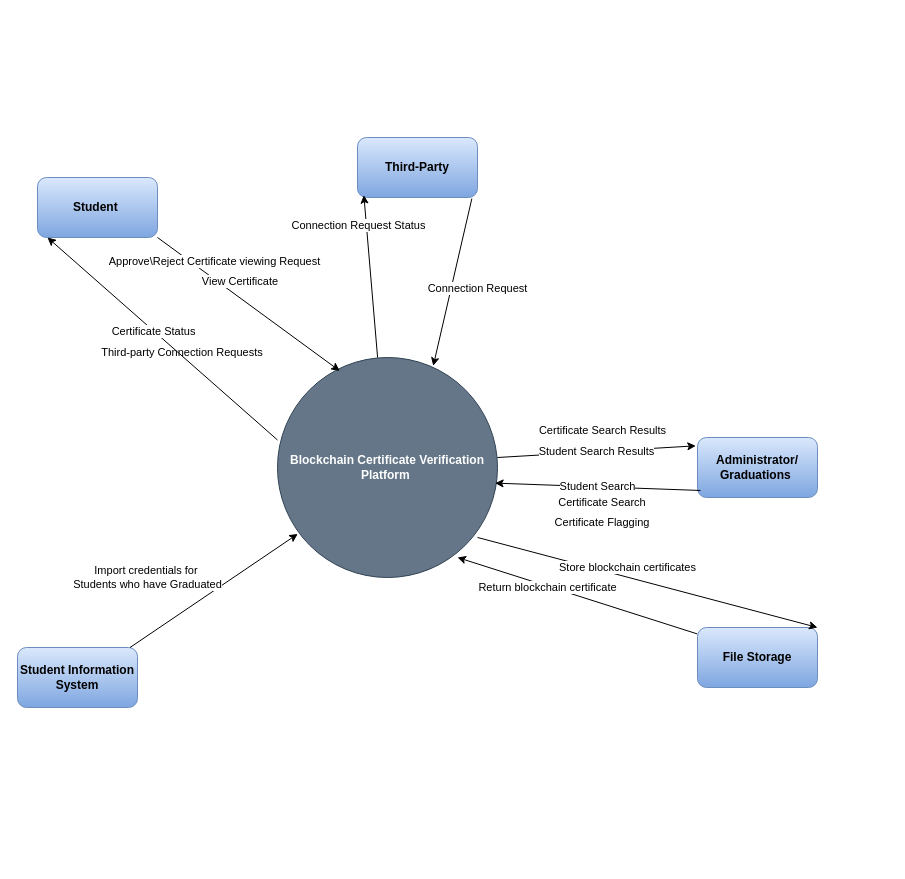
Above: BlockChainContext.drawio in SifisoMzansi/architecture-diagrams (draw.io), before the change. Source tidied: cells renumbered, new cells numbered last; positions are measured from the earlier drawing's top-left corner, leaving out a move shared by most shapes. Both pictures are drawn from the tidied source at 100%, with x=0, y=0 at pixel (17, 137).
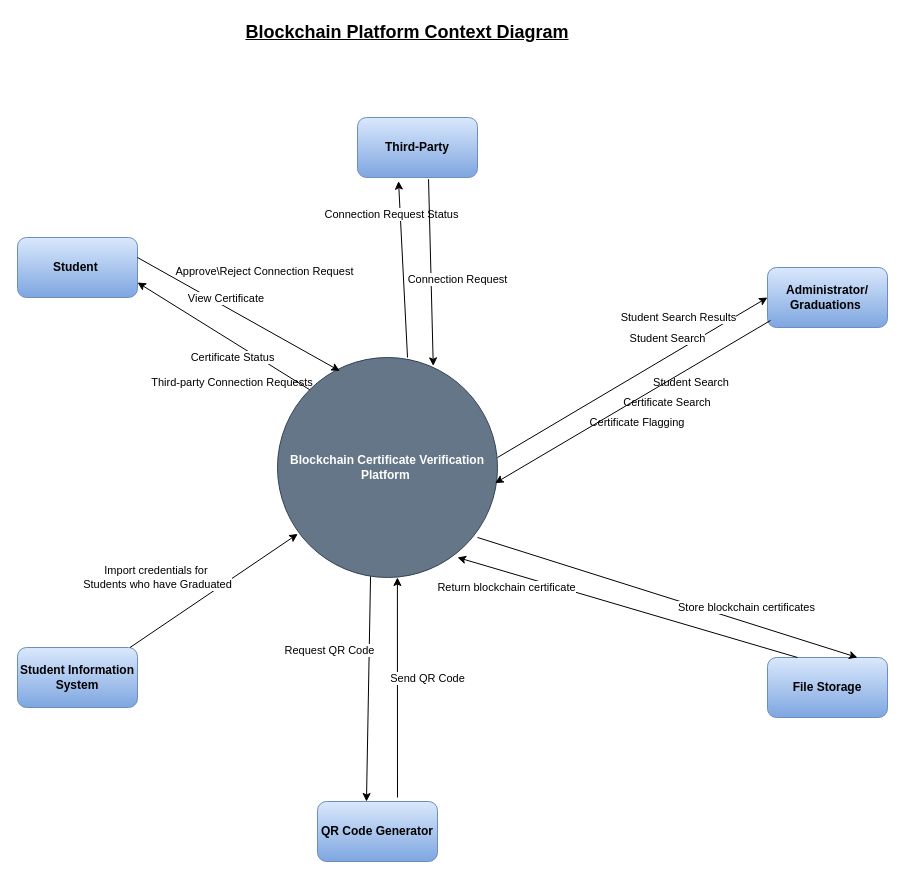
After the change.

The change refers to these unchanged cells:
```xml
<mxCell id="2" value="&lt;b&gt;Blockchain Certificate Verification Platform&amp;nbsp;&lt;/b&gt;" style="ellipse;whiteSpace=wrap;html=1;fillColor=#647687;strokeColor=#314354;fontColor=#ffffff;" parent="1" vertex="1">
  <mxGeometry x="260" y="220" width="220" height="220" as="geometry" />
</mxCell>
<mxCell id="18" style="endArrow=classic;html=1;rounded=0;entryX=0.989;entryY=0.571;entryDx=0;entryDy=0;entryPerimeter=0;exitX=0.025;exitY=0.883;exitDx=0;exitDy=0;exitPerimeter=0;" parent="1" edge="1" source="15" target="2">
  <mxGeometry relative="1" as="geometry" />
</mxCell>
<mxCell id="23" style="endArrow=classic;html=1;rounded=0;exitX=0.958;exitY=1.006;exitDx=0;exitDy=0;exitPerimeter=0;entryX=0.092;entryY=0.802;entryDx=0;entryDy=0;entryPerimeter=0;" parent="1" edge="1" target="2">
  <mxGeometry relative="1" as="geometry">
    <mxPoint x="112.5" y="510" as="sourcePoint" />
  </mxGeometry>
</mxCell>
```

What changed in the source:
```diff
@@
     <mxCell id="3" value="&lt;b&gt;Student&amp;nbsp;&lt;/b&gt;" style="rounded=1;whiteSpace=wrap;html=1;fillColor=#dae8fc;strokeColor=#6c8ebf;gradientColor=#7ea6e0;" parent="1" vertex="1">
-      <mxGeometry x="20" y="40" width="120" height="60" as="geometry" />
+      <mxGeometry y="100" width="120" height="60" as="geometry" />
     </mxCell>
-    <mxCell id="4" style="endArrow=classic;html=1;rounded=0;exitX=1;exitY=1;exitDx=0;exitDy=0;entryX=0.283;entryY=0.061;entryDx=0;entryDy=0;entryPerimeter=0;" parent="1" edge="1" source="3" target="2">
-      <mxGeometry relative="1" as="geometry" />
+    <mxCell id="4" style="endArrow=classic;html=1;rounded=0;entryX=0.283;entryY=0.061;entryDx=0;entryDy=0;entryPerimeter=0;" parent="1" edge="1" target="2">
+      <mxGeometry relative="1" as="geometry">
+        <mxPoint x="120" y="120" as="sourcePoint" />
+      </mxGeometry>
     </mxCell>
     <mxCell id="5" value="View Certificate&amp;nbsp;" style="edgeLabel;html=1;align=center;verticalAlign=middle;" parent="4" vertex="1">
       <mxGeometry x="0.32" y="-1" relative="1" as="geometry">
-        <mxPoint x="-36" y="-45" as="offset" />
+        <mxPoint x="-43" y="-35" as="offset" />
       </mxGeometry>
     </mxCell>
-    <mxCell id="6" value="Approve\Reject Certificate viewing Request" style="edgeLabel;html=1;align=center;verticalAlign=middle;" parent="1" vertex="1">
-      <mxGeometry x="210" y="150" as="geometry">
+    <mxCell id="6" value="Approve\Reject Connection Request" style="edgeLabel;html=1;align=center;verticalAlign=middle;" parent="1" vertex="1">
+      <mxGeometry x="260" y="160" as="geometry">
         <mxPoint x="-14" y="-27" as="offset" />
       </mxGeometry>
     </mxCell>
-    <mxCell id="7" style="endArrow=classic;html=1;rounded=0;exitX=0;exitY=0.375;exitDx=0;exitDy=0;exitPerimeter=0;" parent="1" edge="1" source="2">
-      <mxGeometry relative="1" as="geometry">
-        <mxPoint x="30" y="100" as="targetPoint" />
-      </mxGeometry>
+    <mxCell id="7" style="endArrow=classic;html=1;rounded=0;exitX=0;exitY=0;exitDx=0;exitDy=0;entryX=1;entryY=0.75;entryDx=0;entryDy=0;" parent="1" edge="1" source="2" target="3">
+      <mxGeometry relative="1" as="geometry" />
     </mxCell>
     <mxCell id="8" value="Certificate Status" style="edgeLabel;html=1;align=center;verticalAlign=middle;" parent="7" vertex="1">
       <mxGeometry x="0.08" y="1" relative="1" as="geometry">
-        <mxPoint y="-1" as="offset" />
+        <mxPoint x="16" y="25" as="offset" />
       </mxGeometry>
     </mxCell>
     <mxCell id="9" value="&lt;font style=&quot;font-size: 11px;&quot;&gt;Third-party Connection Requests&lt;/font&gt;" style="text;html=1;align=center;verticalAlign=middle;whiteSpace=wrap;rounded=0;fontStyle=0;" parent="1" vertex="1">
-      <mxGeometry x="70" y="200" width="190" height="30" as="geometry" />
+      <mxGeometry x="120" y="230" width="190" height="30" as="geometry" />
     </mxCell>
     <mxCell id="10" value="&lt;b&gt;Third-Party&lt;/b&gt;" style="rounded=1;whiteSpace=wrap;html=1;fillColor=#dae8fc;strokeColor=#6c8ebf;gradientColor=#7ea6e0;" parent="1" vertex="1">
-      <mxGeometry x="340" width="120" height="60" as="geometry" />
+      <mxGeometry x="340" y="-20" width="120" height="60" as="geometry" />
     </mxCell>
-    <mxCell id="11" style="endArrow=classic;html=1;rounded=0;exitX=0.455;exitY=0;exitDx=0;exitDy=0;exitPerimeter=0;entryX=0.053;entryY=0.961;entryDx=0;entryDy=0;entryPerimeter=0;" parent="1" edge="1" source="2" target="10">
+    <mxCell id="11" style="endArrow=classic;html=1;rounded=0;exitX=0.591;exitY=0;exitDx=0;exitDy=0;exitPerimeter=0;entryX=0.342;entryY=1.061;entryDx=0;entryDy=0;entryPerimeter=0;" parent="1" edge="1" source="2" target="10">
       <mxGeometry relative="1" as="geometry" />
     </mxCell>
@@
-    <mxCell id="13" style="endArrow=classic;html=1;rounded=0;exitX=0.953;exitY=1.017;exitDx=0;exitDy=0;entryX=0.708;entryY=0.038;entryDx=0;entryDy=0;entryPerimeter=0;exitPerimeter=0;" parent="1" edge="1" source="10" target="2">
+    <mxCell id="13" style="endArrow=classic;html=1;rounded=0;exitX=0.592;exitY=1.028;exitDx=0;exitDy=0;entryX=0.708;entryY=0.038;entryDx=0;entryDy=0;entryPerimeter=0;exitPerimeter=0;" parent="1" edge="1" source="10" target="2">
       <mxGeometry relative="1" as="geometry" />
     </mxCell>
@@
     <mxCell id="15" value="&lt;b&gt;Administrator/&lt;/b&gt;&lt;div&gt;&lt;b&gt;Graduations&amp;nbsp;&lt;/b&gt;&lt;/div&gt;" style="rounded=1;whiteSpace=wrap;html=1;fillColor=#dae8fc;gradientColor=#7ea6e0;strokeColor=#6c8ebf;" parent="1" vertex="1">
-      <mxGeometry x="680" y="300" width="120" height="60" as="geometry" />
+      <mxGeometry x="750" y="130" width="120" height="60" as="geometry" />
     </mxCell>
-    <mxCell id="16" value="Student Search Results" style="endArrow=classic;html=1;rounded=0;entryX=-0.014;entryY=0.139;entryDx=0;entryDy=0;entryPerimeter=0;" parent="1" edge="1" target="15">
-      <mxGeometry relative="1" as="geometry">
+    <mxCell id="16" value="Student Search Results" style="endArrow=classic;html=1;rounded=0;entryX=0;entryY=0.5;entryDx=0;entryDy=0;" parent="1" edge="1" target="15">
+      <mxGeometry x="0.44" y="29" relative="1" as="geometry">
         <mxPoint x="480" y="320" as="sourcePoint" />
+        <mxPoint x="1" as="offset" />
       </mxGeometry>
     </mxCell>
-    <mxCell id="17" value="&lt;font style=&quot;font-size: 11px;&quot;&gt;Certificate Search Results&lt;/font&gt;" style="text;html=1;align=center;verticalAlign=middle;strokeColor=none;fillColor=none;" parent="1" vertex="1">
-      <mxGeometry x="510" y="278" width="150" height="30" as="geometry" />
+    <mxCell id="17" value="&lt;font style=&quot;font-size: 11px;&quot;&gt;Student Search&amp;nbsp;&lt;/font&gt;" style="text;html=1;align=center;verticalAlign=middle;strokeColor=none;fillColor=none;" parent="1" vertex="1">
+      <mxGeometry x="620" y="230" width="110" height="30" as="geometry" />
     </mxCell>
@@
     <mxCell id="19" value="Student Search" style="edgeLabel;html=1;align=center;verticalAlign=middle;" parent="18" vertex="1">
-      <mxGeometry x="0.01" y="-1" relative="1" as="geometry" />
+      <mxGeometry x="0.01" y="-1" relative="1" as="geometry">
+        <mxPoint x="37" y="-64" as="offset" />
+      </mxGeometry>
     </mxCell>
     <mxCell id="20" value="&lt;font style=&quot;font-size: 11px;&quot;&gt;Certificate Search&lt;/font&gt;" style="text;html=1;align=center;verticalAlign=middle;whiteSpace=wrap;rounded=0;" parent="1" vertex="1">
-      <mxGeometry x="535" y="350" width="100" height="30" as="geometry" />
+      <mxGeometry x="600" y="250" width="100" height="30" as="geometry" />
     </mxCell>
     <mxCell id="21" value="&lt;font style=&quot;font-size: 11px;&quot;&gt;Certificate Flagging&lt;/font&gt;" style="text;html=1;align=center;verticalAlign=middle;whiteSpace=wrap;rounded=0;" parent="1" vertex="1">
-      <mxGeometry x="525" y="370" width="120" height="30" as="geometry" />
+      <mxGeometry x="560" y="270" width="120" height="30" as="geometry" />
     </mxCell>
@@
     <mxCell id="24" value="Import credentials for&amp;nbsp;&lt;div&gt;Students who have Graduated&lt;/div&gt;" style="edgeLabel;html=1;align=center;verticalAlign=middle;" parent="23" vertex="1">
       <mxGeometry x="-0.16" y="2" relative="1" as="geometry">
-        <mxPoint x="-52" y="-21" as="offset" />
+        <mxPoint x="-42" y="-21" as="offset" />
       </mxGeometry>
     </mxCell>
     <mxCell id="25" value="&lt;b&gt;File Storage&lt;/b&gt;" style="rounded=1;whiteSpace=wrap;html=1;fillColor=#dae8fc;gradientColor=#7ea6e0;strokeColor=#6c8ebf;" parent="1" vertex="1">
-      <mxGeometry x="680" y="490" width="120" height="60" as="geometry" />
+      <mxGeometry x="750" y="520" width="120" height="60" as="geometry" />
     </mxCell>
-    <mxCell id="26" style="endArrow=classic;html=1;rounded=0;exitX=0.909;exitY=0.818;exitDx=0;exitDy=0;exitPerimeter=0;entryX=1;entryY=0;entryDx=0;entryDy=0;" parent="1" edge="1" source="2" target="25">
+    <mxCell id="26" style="endArrow=classic;html=1;rounded=0;exitX=0.909;exitY=0.818;exitDx=0;exitDy=0;exitPerimeter=0;entryX=0.75;entryY=0;entryDx=0;entryDy=0;" parent="1" edge="1" source="2" target="25">
       <mxGeometry relative="1" as="geometry" />
     </mxCell>
     <mxCell id="27" value="Store blockchain certificates" style="edgeLabel;html=1;align=center;verticalAlign=middle;" parent="26" vertex="1">
       <mxGeometry x="-0.03" y="2" relative="1" as="geometry">
-        <mxPoint x="-16" y="-12" as="offset" />
+        <mxPoint x="84" y="13" as="offset" />
       </mxGeometry>
     </mxCell>
-    <mxCell id="28" style="endArrow=classic;html=1;rounded=0;exitX=-0.003;exitY=0.106;exitDx=0;exitDy=0;entryX=0.818;entryY=0.909;entryDx=0;entryDy=0;entryPerimeter=0;exitPerimeter=0;" parent="1" edge="1" source="25" target="2">
+    <mxCell id="28" style="endArrow=classic;html=1;rounded=0;exitX=0.25;exitY=0;exitDx=0;exitDy=0;entryX=0.818;entryY=0.909;entryDx=0;entryDy=0;entryPerimeter=0;" parent="1" edge="1" source="25" target="2">
       <mxGeometry relative="1" as="geometry" />
     </mxCell>
     <mxCell id="29" value="Return blockchain certificate" style="edgeLabel;html=1;align=center;verticalAlign=middle;" parent="28" vertex="1">
-      <mxGeometry x="0.25" y="1" relative="1" as="geometry" />
+      <mxGeometry x="0.25" y="1" relative="1" as="geometry">
+        <mxPoint x="-78" y="-9" as="offset" />
+      </mxGeometry>
     </mxCell>
+    <mxCell id="30" value="&lt;b&gt;QR Code Generator&lt;/b&gt;" style="rounded=1;whiteSpace=wrap;html=1;fillColor=#dae8fc;gradientColor=#7ea6e0;strokeColor=#6c8ebf;" parent="1" vertex="1">
+      <mxGeometry x="300" y="664" width="120" height="60" as="geometry" />
+    </mxCell>
+    <mxCell id="31" style="endArrow=classic;html=1;rounded=0;entryX=0.545;entryY=1;entryDx=0;entryDy=0;entryPerimeter=0;" parent="1" edge="1" target="2">
+      <mxGeometry relative="1" as="geometry">
+        <mxPoint x="380" y="660" as="sourcePoint" />
+      </mxGeometry>
+    </mxCell>
+    <mxCell id="32" value="Send QR Code" style="edgeLabel;html=1;align=center;verticalAlign=middle;" parent="31" vertex="1">
+      <mxGeometry x="-0.16" y="2" relative="1" as="geometry">
+        <mxPoint x="32" y="-28" as="offset" />
+      </mxGeometry>
+    </mxCell>
+    <mxCell id="33" style="endArrow=classic;html=1;rounded=0;exitX=0.423;exitY=0.995;exitDx=0;exitDy=0;exitPerimeter=0;entryX=0.408;entryY=0;entryDx=0;entryDy=0;entryPerimeter=0;" parent="1" edge="1" source="2" target="30">
+      <mxGeometry relative="1" as="geometry" />
+    </mxCell>
+    <mxCell id="34" value="Request QR Code" style="edgeLabel;html=1;align=center;verticalAlign=middle;" parent="33" vertex="1">
+      <mxGeometry x="-0.16" y="2" relative="1" as="geometry">
+        <mxPoint x="-42" y="-21" as="offset" />
+      </mxGeometry>
+    </mxCell>
+    <mxCell id="35" value="&lt;font style=&quot;font-size: 18px;&quot;&gt;&lt;b&gt;&lt;u&gt;Blockchain Platform Context Diagram&lt;/u&gt;&lt;/b&gt;&lt;/font&gt;" style="text;html=1;align=center;verticalAlign=middle;whiteSpace=wrap;rounded=0;" parent="1" vertex="1">
+      <mxGeometry x="220" y="-120" width="340" height="30" as="geometry" />
+    </mxCell>
```
